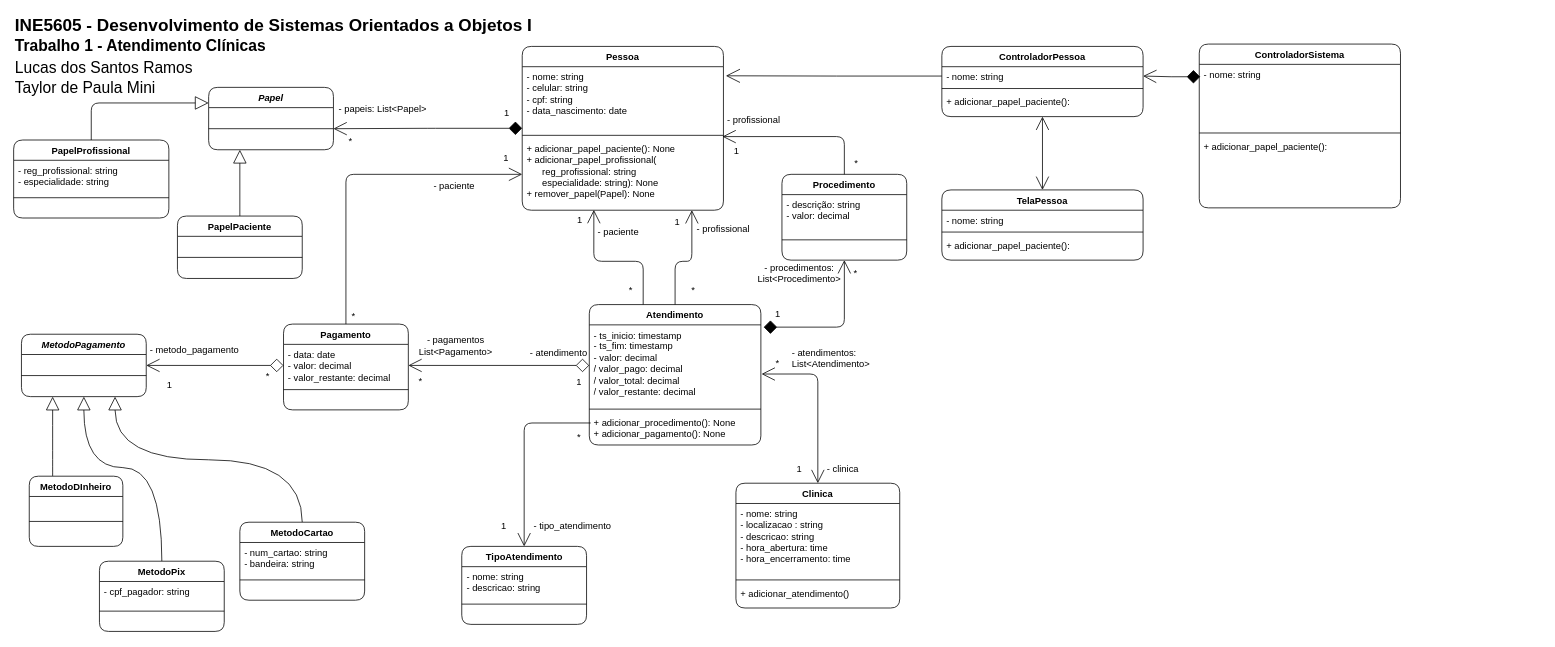
Before: docs/Diagrama Clinica UML.drawio in ramoslucas-lr/ine5605-gerenciador-clinicas, a draw.io diagram. Source tidied: cells renumbered, new cells numbered last; positions are measured from the earlier drawing's top-left corner, leaving out a move shared by most shapes. Both pictures are drawn from the tidied source at 78%, with x=0, y=0 at pixel (13, 13).
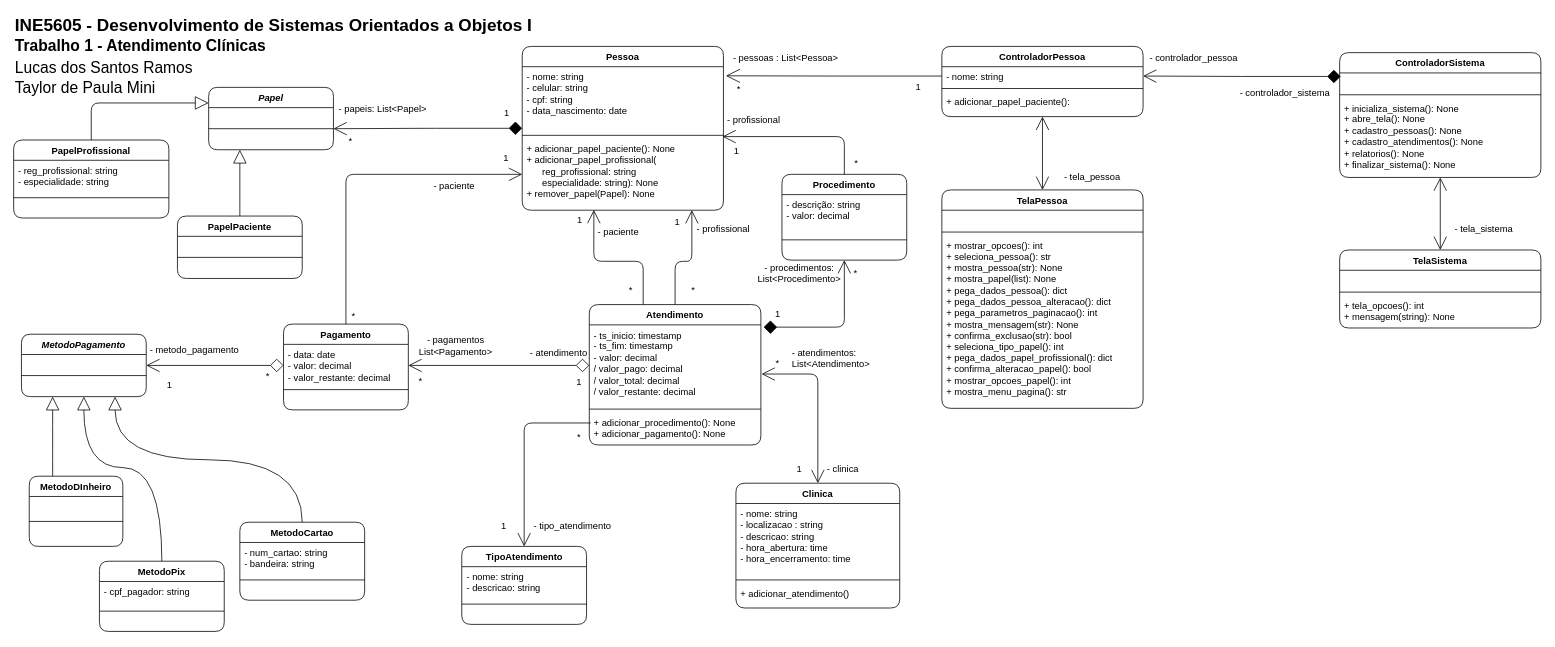
Above is the later version.

The edit, as a diff of the source:
```diff
@@
+    <mxCell id="109" style="edgeStyle=orthogonalEdgeStyle;rounded=0;jettySize=auto;html=1;entryX=0.5;entryY=0;entryDx=0;entryDy=0;startArrow=open;startFill=0;endArrow=open;endFill=0;startSize=15;endSize=15;" parent="1" edge="1" source="94" target="110">
+      <mxGeometry relative="1" as="geometry" />
+    </mxCell>
     <mxCell id="94" value="ControladorSistema" style="swimlane;fontStyle=1;align=center;verticalAlign=top;horizontal=1;startSize=26;whiteSpace=wrap;html=1;rounded=1;" parent="1" vertex="1">
-      <mxGeometry x="1520" y="39" width="258" height="210" as="geometry" />
+      <mxGeometry x="1700" y="50" width="258" height="160" as="geometry" />
     </mxCell>
-    <mxCell id="95" value="- nome: string" style="text;strokeColor=none;fillColor=none;align=left;verticalAlign=top;spacingLeft=4;spacingRight=4;overflow=hidden;points=[[0,0.5],[1,0.5]];portConstraint=eastwest;whiteSpace=wrap;html=1;rounded=1;" parent="94" vertex="1">
-      <mxGeometry y="26" width="258" height="84" as="geometry" />
+    <mxCell id="95" value="&amp;nbsp;" style="text;strokeColor=none;fillColor=none;align=left;verticalAlign=top;spacingLeft=4;spacingRight=4;overflow=hidden;points=[[0,0.5],[1,0.5]];portConstraint=eastwest;whiteSpace=wrap;html=1;rounded=1;" parent="94" vertex="1">
+      <mxGeometry y="26" width="258" height="24" as="geometry" />
     </mxCell>
     <mxCell id="96" style="line;strokeWidth=1;fillColor=none;align=left;verticalAlign=middle;spacingTop=-1;spacingLeft=3;spacingRight=3;labelPosition=right;strokeColor=inherit;rounded=1;" parent="94" vertex="1">
-      <mxGeometry y="110" width="258" height="8" as="geometry" />
+      <mxGeometry y="50" width="258" height="8" as="geometry" />
     </mxCell>
-    <mxCell id="97" value="+ adicionar_papel_paciente():&amp;nbsp;" style="text;strokeColor=none;fillColor=none;align=left;verticalAlign=top;spacingLeft=4;spacingRight=4;overflow=hidden;whiteSpace=wrap;html=1;rounded=1;" parent="94" vertex="1">
-      <mxGeometry y="118" width="258" height="92" as="geometry" />
+    <mxCell id="97" value="+ inicializa_sistema(): None&lt;div&gt;+ abre_tela(): None&lt;/div&gt;&lt;div&gt;+ cadastro_pessoas(): None&lt;/div&gt;&lt;div&gt;+ cadastro_atendimentos(): None&lt;/div&gt;&lt;div&gt;+ relatorios(): None&lt;/div&gt;&lt;div&gt;+ finalizar_sistema(): None&amp;nbsp;&lt;/div&gt;" style="text;strokeColor=none;fillColor=none;align=left;verticalAlign=top;spacingLeft=4;spacingRight=4;overflow=hidden;whiteSpace=wrap;html=1;rounded=1;" parent="94" vertex="1">
+      <mxGeometry y="58" width="258" height="102" as="geometry" />
     </mxCell>
@@
     <mxCell id="105" value="TelaPessoa" style="swimlane;fontStyle=1;align=center;verticalAlign=top;horizontal=1;startSize=26;whiteSpace=wrap;html=1;rounded=1;" parent="1" vertex="1">
-      <mxGeometry x="1190" y="226" width="258" height="90" as="geometry" />
+      <mxGeometry x="1190" y="226" width="258" height="280" as="geometry" />
     </mxCell>
-    <mxCell id="106" value="- nome: string" style="text;strokeColor=none;fillColor=none;align=left;verticalAlign=top;spacingLeft=4;spacingRight=4;overflow=hidden;whiteSpace=wrap;html=1;rounded=1;" parent="105" vertex="1">
+    <mxCell id="106" value="&amp;nbsp;" style="text;strokeColor=none;fillColor=none;align=left;verticalAlign=top;spacingLeft=4;spacingRight=4;overflow=hidden;whiteSpace=wrap;html=1;rounded=1;" parent="105" vertex="1">
       <mxGeometry y="26" width="258" height="24" as="geometry" />
     </mxCell>
@@
-    <mxCell id="108" value="+ adicionar_papel_paciente():&amp;nbsp;" style="text;strokeColor=none;fillColor=none;align=left;verticalAlign=top;spacingLeft=4;spacingRight=4;overflow=hidden;whiteSpace=wrap;html=1;rounded=1;" parent="105" vertex="1">
-      <mxGeometry y="58" width="258" height="32" as="geometry" />
+    <mxCell id="108" value="+ mostrar_opcoes&lt;span style=&quot;background-color: transparent; color: light-dark(rgb(0, 0, 0), rgb(255, 255, 255));&quot;&gt;(): int&lt;/span&gt;&lt;div&gt;&lt;span style=&quot;background-color: transparent; color: light-dark(rgb(0, 0, 0), rgb(255, 255, 255));&quot;&gt;+ seleciona_pessoa(): str&lt;/span&gt;&lt;/div&gt;&lt;div&gt;&lt;span style=&quot;background-color: transparent; color: light-dark(rgb(0, 0, 0), rgb(255, 255, 255));&quot;&gt;+ mostra_pessoa(str): None&lt;/span&gt;&lt;/div&gt;&lt;div&gt;&lt;span style=&quot;background-color: transparent; color: light-dark(rgb(0, 0, 0), rgb(255, 255, 255));&quot;&gt;+ mostra_papel(list): None&lt;/span&gt;&lt;/div&gt;&lt;div&gt;&lt;span style=&quot;background-color: transparent; color: light-dark(rgb(0, 0, 0), rgb(255, 255, 255));&quot;&gt;+ pega_dados_pessoa(): dict&lt;/span&gt;&lt;/div&gt;&lt;div&gt;+ pega_dados_pessoa_alteracao(): dict&lt;/div&gt;&lt;div&gt;+ pega_parametros_paginacao(): int&lt;/div&gt;&lt;div&gt;+ mostra_mensagem(str): None&lt;/div&gt;&lt;div&gt;+ confirma_exclusao(str): bool&lt;/div&gt;&lt;div&gt;+ seleciona_tipo_papel(): int&lt;/div&gt;&lt;div&gt;+ pega_dados_papel_profissional(): dict&lt;/div&gt;&lt;div&gt;+ confirma_alteracao_papel(): bool&lt;/div&gt;&lt;div&gt;+ mostrar_opcoes_papel(): int&lt;/div&gt;&lt;div&gt;+ mostra_menu_pagina(): str&lt;/div&gt;" style="text;strokeColor=none;fillColor=none;align=left;verticalAlign=top;spacingLeft=4;spacingRight=4;overflow=hidden;whiteSpace=wrap;html=1;rounded=1;" parent="105" vertex="1">
+      <mxGeometry y="58" width="258" height="222" as="geometry" />
     </mxCell>
+    <mxCell id="110" value="TelaSistema" style="swimlane;fontStyle=1;align=center;verticalAlign=top;horizontal=1;startSize=26;whiteSpace=wrap;html=1;rounded=1;" parent="1" vertex="1">
+      <mxGeometry x="1700" y="303" width="258" height="100" as="geometry" />
+    </mxCell>
+    <mxCell id="111" value="&amp;nbsp;" style="text;strokeColor=none;fillColor=none;align=left;verticalAlign=top;spacingLeft=4;spacingRight=4;overflow=hidden;whiteSpace=wrap;html=1;rounded=1;" parent="110" vertex="1">
+      <mxGeometry y="26" width="258" height="24" as="geometry" />
+    </mxCell>
+    <mxCell id="112" style="line;strokeWidth=1;fillColor=none;align=left;verticalAlign=middle;spacingTop=-1;spacingLeft=3;spacingRight=3;labelPosition=right;strokeColor=inherit;rounded=1;" parent="110" vertex="1">
+      <mxGeometry y="50" width="258" height="8" as="geometry" />
+    </mxCell>
+    <mxCell id="113" value="+ tela_opcoes(): int&lt;div&gt;+ mensagem(string): None&lt;/div&gt;" style="text;strokeColor=none;fillColor=none;align=left;verticalAlign=top;spacingLeft=4;spacingRight=4;overflow=hidden;whiteSpace=wrap;html=1;rounded=1;" parent="110" vertex="1">
+      <mxGeometry y="58" width="258" height="42" as="geometry" />
+    </mxCell>
+    <mxCell id="114" value="- tela_sistema" style="text;html=1;whiteSpace=wrap;strokeColor=none;fillColor=none;align=center;verticalAlign=middle;rounded=0;" parent="1" vertex="1">
+      <mxGeometry x="1825" y="262" width="120" height="30" as="geometry" />
+    </mxCell>
+    <mxCell id="115" value="- controlador_pessoa" style="text;html=1;whiteSpace=wrap;strokeColor=none;fillColor=none;align=center;verticalAlign=middle;rounded=0;" parent="1" vertex="1">
+      <mxGeometry x="1448" y="42" width="130" height="30" as="geometry" />
+    </mxCell>
+    <mxCell id="116" value="- tela_pessoa" style="text;html=1;whiteSpace=wrap;strokeColor=none;fillColor=none;align=center;verticalAlign=middle;rounded=0;" parent="1" vertex="1">
+      <mxGeometry x="1318" y="194.5" width="130" height="30" as="geometry" />
+    </mxCell>
+    <mxCell id="117" value="- pessoas : List&amp;lt;Pessoa&amp;gt;" style="text;html=1;whiteSpace=wrap;strokeColor=none;fillColor=none;align=center;verticalAlign=middle;rounded=0;" parent="1" vertex="1">
+      <mxGeometry x="910" y="42" width="160" height="30" as="geometry" />
+    </mxCell>
+    <mxCell id="118" value="*" style="text;html=1;whiteSpace=wrap;strokeColor=none;fillColor=none;align=center;verticalAlign=middle;rounded=0;" parent="1" vertex="1">
+      <mxGeometry x="900" y="82" width="60" height="30" as="geometry" />
+    </mxCell>
+    <mxCell id="119" value="1" style="text;html=1;whiteSpace=wrap;strokeColor=none;fillColor=none;align=center;verticalAlign=middle;rounded=0;" parent="1" vertex="1">
+      <mxGeometry x="1130" y="79.5" width="60" height="30" as="geometry" />
+    </mxCell>
+    <mxCell id="120" value="- controlador_sistema" style="text;html=1;whiteSpace=wrap;strokeColor=none;fillColor=none;align=center;verticalAlign=middle;rounded=0;" parent="1" vertex="1">
+      <mxGeometry x="1570" y="87" width="120" height="30" as="geometry" />
+    </mxCell>
```
